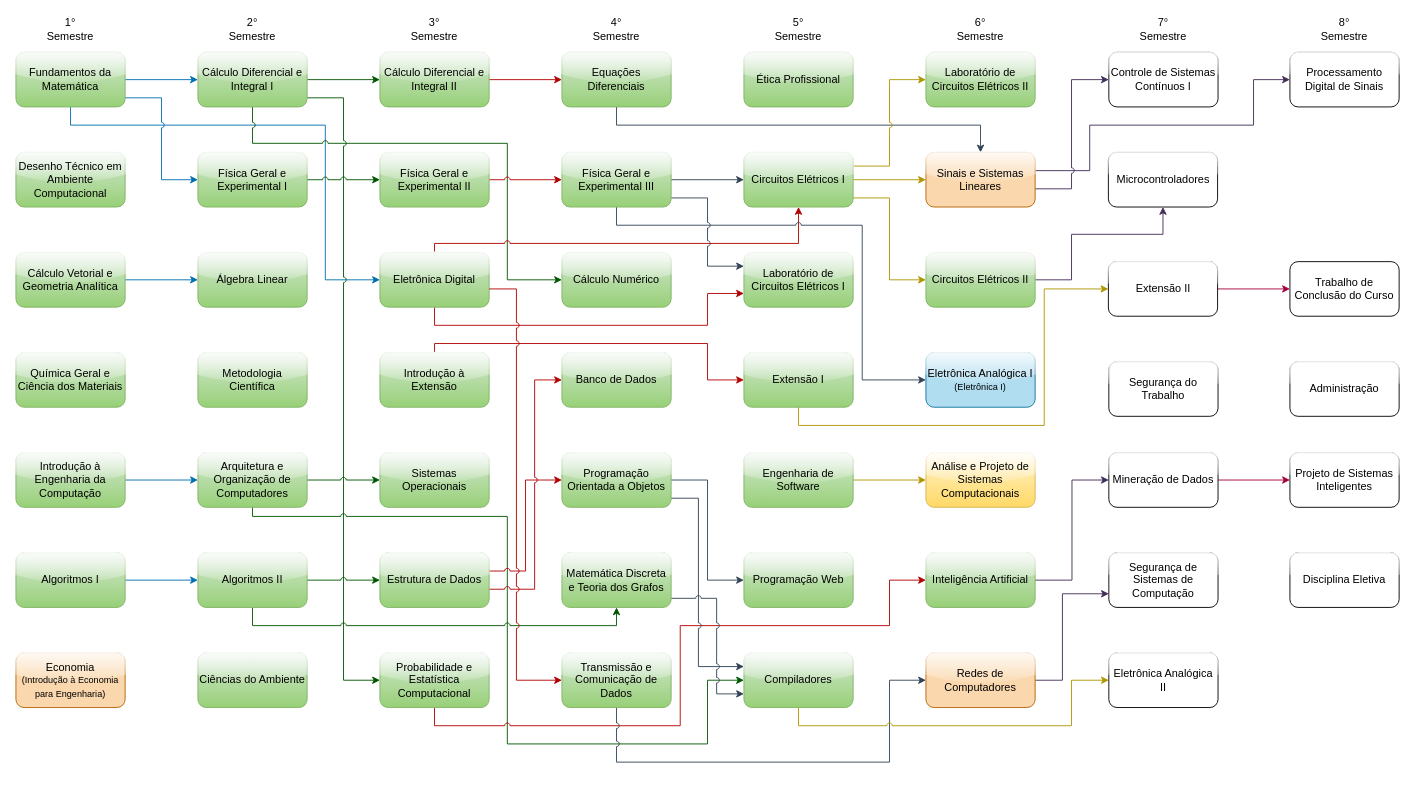
Above: fluxograma-disciplinas.drawio in mateus-s-a/IFMT_Eng_Computacao (draw.io), before the change. Source tidied: cells renumbered, new cells numbered last; positions are measured from the earlier drawing's top-left corner, leaving out a move shared by most shapes. Both pictures are drawn from the tidied source at 91%, with x=0, y=0 at pixel (15, 15).
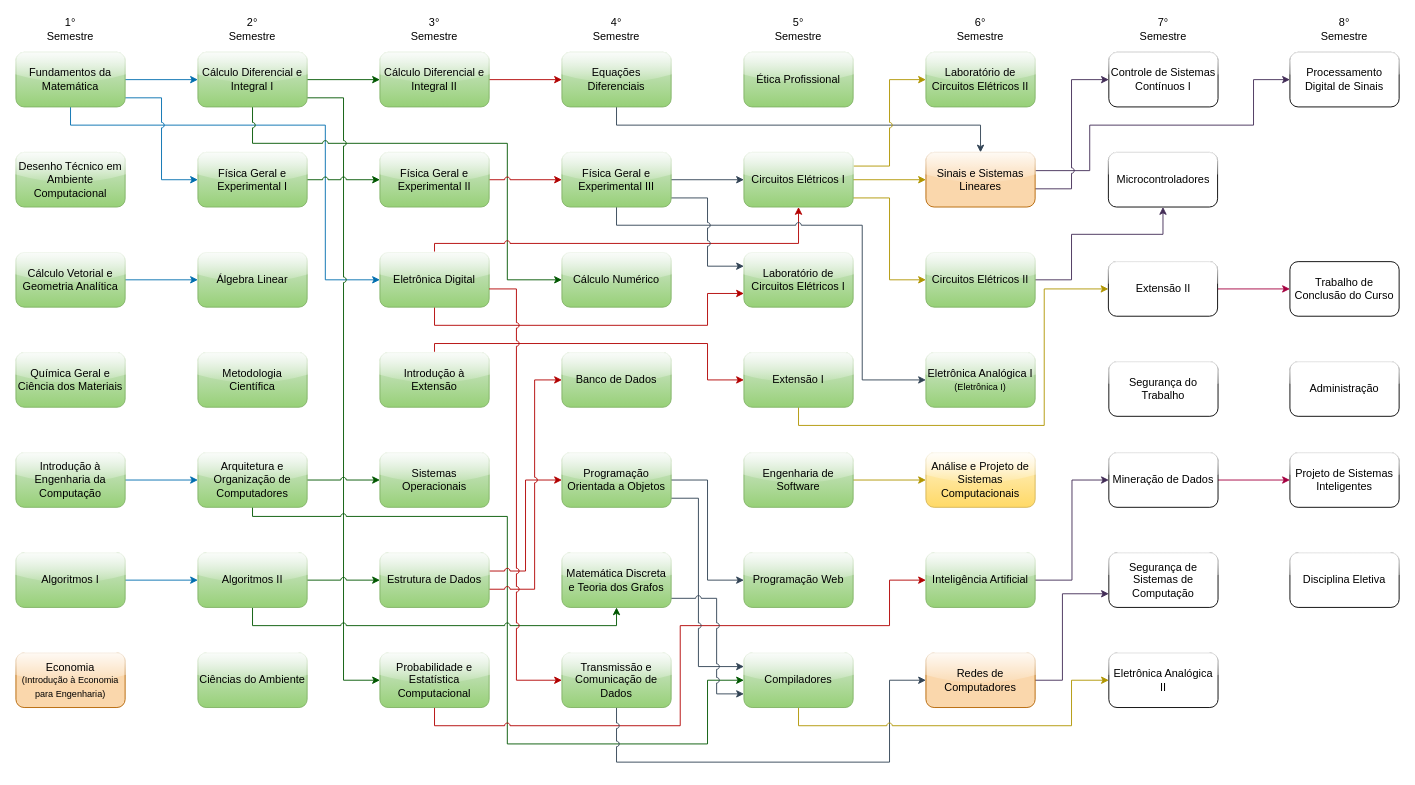
After the change.

Unchanged cells that the change refers to:
```xml
<mxCell id="91" style="group;" parent="1" vertex="1">
  <mxGeometry x="1000" width="120" height="760" as="geometry" />
</mxCell>
```

Change to the diagram source:
```diff
@@
-    <mxCell id="95" value="Eletrônica Analógica I&lt;br&gt;&lt;font style=&quot;font-size: 10px;&quot;&gt;(Eletrônica I)&lt;/font&gt;" style="rounded=1;whiteSpace=wrap;html=1;glass=1;fillColor=#b1ddf0;strokeColor=#10739e;" parent="91" vertex="1">
+    <mxCell id="95" value="Eletrônica Analógica I&lt;br&gt;&lt;font style=&quot;font-size: 10px;&quot;&gt;(Eletrônica I)&lt;/font&gt;" style="rounded=1;whiteSpace=wrap;html=1;glass=1;fillColor=#d5e8d4;strokeColor=#82b366;gradientColor=#97d077;" parent="91" vertex="1">
       <mxGeometry y="370" width="120" height="60" as="geometry" />
     </mxCell>
```
